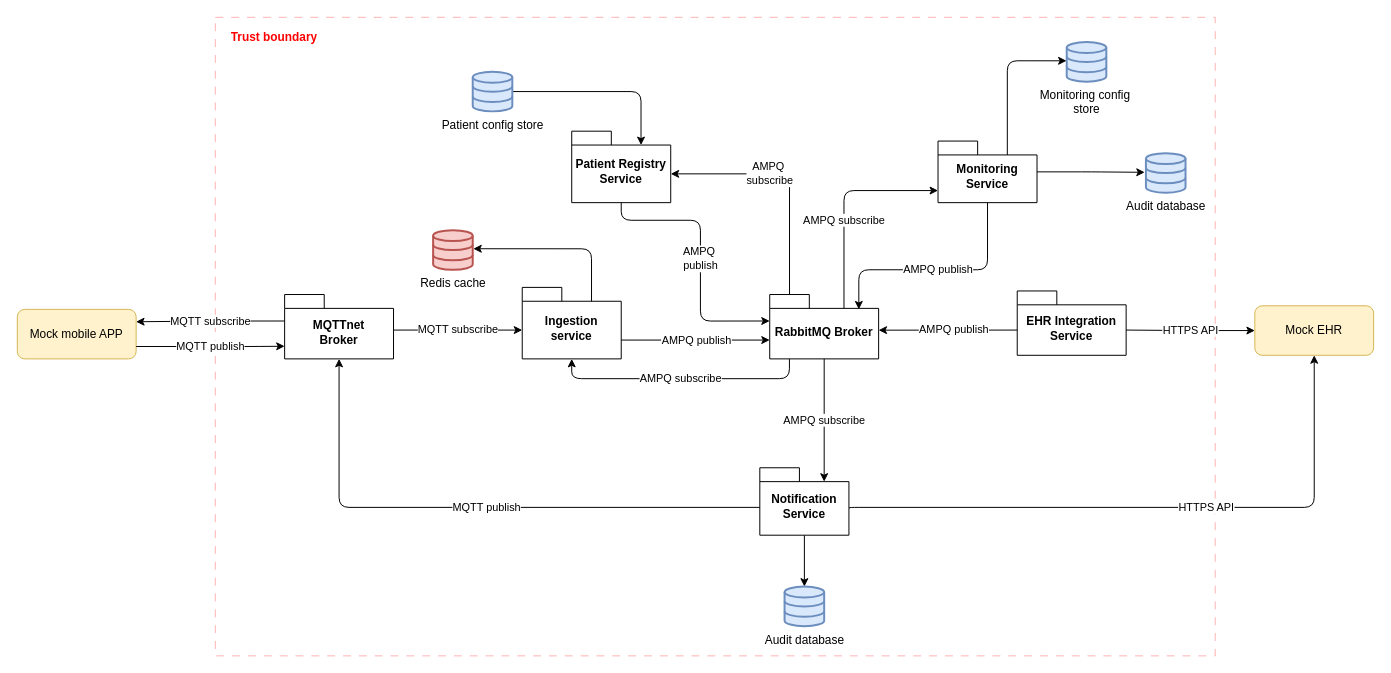
AlbertPerezB/CagHome keeps this draw.io diagram as docs/CC view.drawio. Above is the earlier version. Source tidied: cells renumbered, new cells numbered last; positions are measured from the earlier drawing's top-left corner, leaving out a move shared by most shapes. Both pictures are drawn from the tidied source at 99%, with x=0, y=0 at pixel (17, 17).
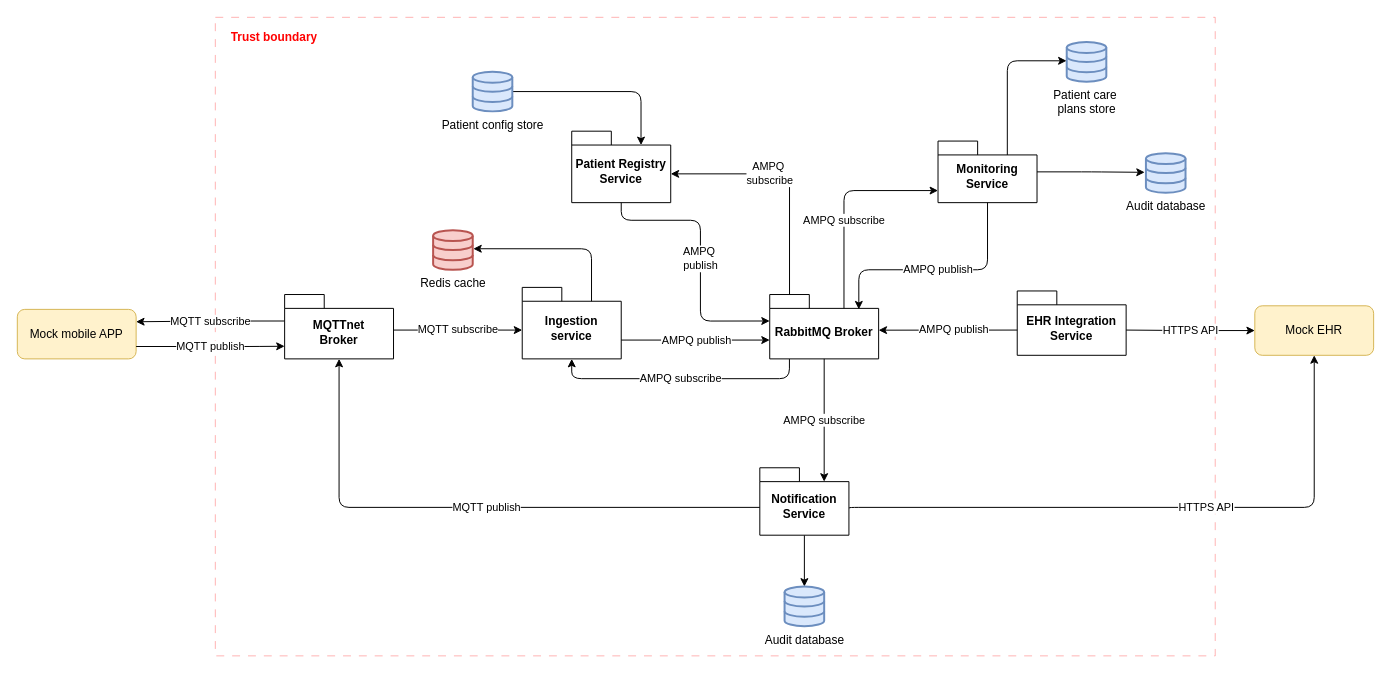
The same page after the edit.

Diff of the diagram source:
```diff
@@
-    <mxCell id="29" value="Monitoring config&amp;nbsp;&lt;div&gt;store&lt;/div&gt;" style="html=1;verticalLabelPosition=bottom;align=center;labelBackgroundColor=#ffffff;verticalAlign=top;strokeWidth=2;strokeColor=#6c8ebf;shadow=0;dashed=0;shape=mxgraph.ios7.icons.data;fillColor=#dae8fc;" parent="1" vertex="1">
+    <mxCell id="29" value="Patient care&amp;nbsp;&lt;div&gt;plans store&lt;/div&gt;" style="html=1;verticalLabelPosition=bottom;align=center;labelBackgroundColor=#ffffff;verticalAlign=top;strokeWidth=2;strokeColor=#6c8ebf;shadow=0;dashed=0;shape=mxgraph.ios7.icons.data;fillColor=#dae8fc;" parent="1" vertex="1">
       <mxGeometry x="1060" y="25" width="40" height="40" as="geometry" />
     </mxCell>
```
